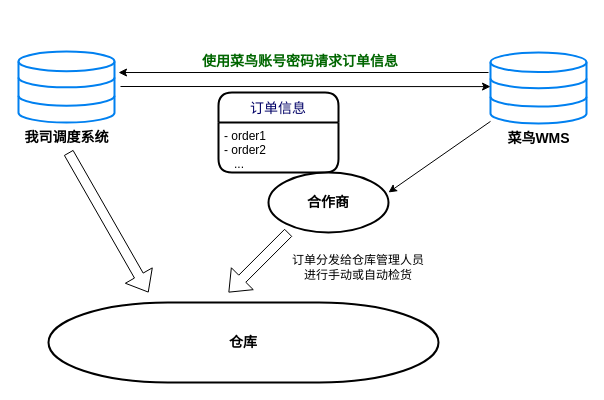
Earlier version of the draw.io diagram 未命名绘图.drawio (zx69/front-end-articles). Source tidied: cells renumbered, new cells numbered last; positions are measured from the earlier drawing's top-left corner, leaving out a move shared by most shapes. Both pictures are drawn from the tidied source at 100%, with x=0, y=0 at pixel (18, 46).
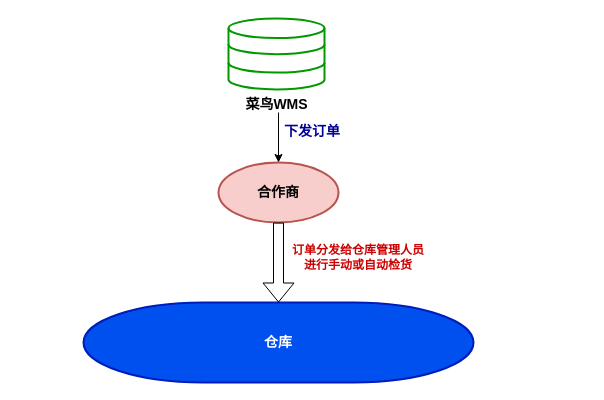
Above is the later version.

What changed in the source:
```diff
@@
 <mxGraphModel>
   <root>
     <mxCell id="0" />
     <mxCell id="1" parent="0" />
-    <mxCell id="2" value="&lt;font style=&quot;font-size: 14px;&quot;&gt;我司调度系统&lt;/font&gt;" style="html=1;verticalLabelPosition=bottom;align=center;labelBackgroundColor=#ffffff;verticalAlign=top;strokeWidth=2;strokeColor=#0080F0;shadow=0;dashed=0;shape=mxgraph.ios7.icons.data;fontStyle=1;" parent="1" vertex="1">
-      <mxGeometry y="5.1" width="96" height="70.9" as="geometry" />
-    </mxCell>
-    <mxCell id="3" value="订单信息" style="swimlane;horizontal=1;startSize=30;rounded=1;fontSize=14;fontStyle=0;strokeWidth=2;shadow=0;dashed=0;align=center;fontColor=#000066;" parent="1" vertex="1">
-      <mxGeometry x="200" y="46" width="120" height="80" as="geometry" />
-    </mxCell>
-    <mxCell id="4" value="- order1&#10;- order2&#10;   ..." style="align=left;strokeColor=none;fillColor=none;spacingLeft=4;fontSize=12;verticalAlign=top;" parent="3" vertex="1">
-      <mxGeometry y="30" width="120" height="50" as="geometry" />
-    </mxCell>
-    <mxCell id="5" value="&lt;b&gt;&lt;font style=&quot;font-size: 14px;&quot;&gt;合作商&lt;/font&gt;&lt;/b&gt;" style="strokeWidth=2;html=1;shape=mxgraph.flowchart.start_1;whiteSpace=wrap;" parent="1" vertex="1">
-      <mxGeometry x="250" y="126" width="120" height="60" as="geometry" />
+    <mxCell id="5" value="&lt;b&gt;&lt;font style=&quot;font-size: 14px;&quot;&gt;合作商&lt;/font&gt;&lt;/b&gt;" style="strokeWidth=2;html=1;shape=mxgraph.flowchart.start_1;whiteSpace=wrap;fillColor=#f8cecc;strokeColor=#b85450;" parent="1" vertex="1">
+      <mxGeometry x="200" y="116" width="120" height="60" as="geometry" />
     </mxCell>
-    <mxCell id="6" value="&lt;b&gt;&lt;font style=&quot;font-size: 14px;&quot;&gt;仓库&lt;/font&gt;&lt;/b&gt;" style="strokeWidth=2;html=1;shape=mxgraph.flowchart.terminator;whiteSpace=wrap;" parent="1" vertex="1">
-      <mxGeometry x="30" y="256" width="390" height="80" as="geometry" />
+    <mxCell id="6" value="&lt;b&gt;&lt;font style=&quot;font-size: 14px;&quot;&gt;仓库&lt;/font&gt;&lt;/b&gt;" style="strokeWidth=2;html=1;shape=mxgraph.flowchart.terminator;whiteSpace=wrap;fillColor=#0050ef;fontColor=#ffffff;strokeColor=#001DBC;" parent="1" vertex="1">
+      <mxGeometry x="65" y="256" width="390" height="80" as="geometry" />
     </mxCell>
-    <mxCell id="7" style="endArrow=classic;html=1;rounded=0;entryX=1.042;entryY=0.295;entryDx=0;entryDy=0;entryPerimeter=0;" parent="1" edge="1" target="2">
-      <mxGeometry relative="1" as="geometry">
-        <mxPoint x="470" y="26" as="sourcePoint" />
-      </mxGeometry>
-    </mxCell>
-    <mxCell id="8" value="&lt;b&gt;&lt;font style=&quot;font-size: 14px;&quot;&gt;菜鸟WMS&lt;/font&gt;&lt;/b&gt;" style="html=1;verticalLabelPosition=bottom;align=center;labelBackgroundColor=#ffffff;verticalAlign=top;strokeWidth=2;strokeColor=#0080F0;shadow=0;dashed=0;shape=mxgraph.ios7.icons.data;" parent="1" vertex="1">
-      <mxGeometry x="472" y="6" width="96" height="70.9" as="geometry" />
+    <mxCell id="8" value="&lt;b&gt;&lt;font style=&quot;font-size: 14px;&quot;&gt;菜鸟WMS&lt;/font&gt;&lt;/b&gt;" style="html=1;verticalLabelPosition=bottom;align=center;labelBackgroundColor=#ffffff;verticalAlign=top;strokeWidth=2;strokeColor=#009900;shadow=0;dashed=0;shape=mxgraph.ios7.icons.data;" parent="1" vertex="1">
+      <mxGeometry x="210" y="-28" width="96" height="70.9" as="geometry" />
     </mxCell>
-    <mxCell id="9" style="endArrow=classic;html=1;rounded=0;entryX=1.042;entryY=0.295;entryDx=0;entryDy=0;entryPerimeter=0;" parent="1" edge="1">
-      <mxGeometry relative="1" as="geometry">
-        <mxPoint x="102" y="40" as="sourcePoint" />
-        <mxPoint x="472" y="40.1" as="targetPoint" />
-      </mxGeometry>
-    </mxCell>
-    <mxCell id="10" style="endArrow=classic;html=1;rounded=0;entryX=1;entryY=0.333;entryDx=0;entryDy=0;entryPerimeter=0;" parent="1" edge="1" source="8" target="5">
-      <mxGeometry relative="1" as="geometry" />
-    </mxCell>
-    <mxCell id="11" style="shape=flexArrow;endArrow=classic;html=1;rounded=0;" parent="1" edge="1">
-      <mxGeometry relative="1" as="geometry">
-        <mxPoint x="270" y="186" as="sourcePoint" />
-        <mxPoint x="210" y="246" as="targetPoint" />
-      </mxGeometry>
-    </mxCell>
-    <mxCell id="12" value="订单分发给仓库管理人员进行手动或自动检货" style="text;html=1;strokeColor=none;fillColor=none;align=center;verticalAlign=middle;whiteSpace=wrap;rounded=0;" parent="1" vertex="1">
-      <mxGeometry x="270" y="206" width="140" height="30" as="geometry" />
+    <mxCell id="12" value="订单分发给仓库管理人员进行手动或自动检货" style="text;html=1;strokeColor=none;fillColor=none;align=center;verticalAlign=middle;whiteSpace=wrap;rounded=0;fontColor=#CC0000;fontStyle=1;" parent="1" vertex="1">
+      <mxGeometry x="270" y="196" width="140" height="30" as="geometry" />
     </mxCell>
-    <mxCell id="13" style="shape=flexArrow;endArrow=classic;html=1;rounded=0;" parent="1" edge="1">
-      <mxGeometry relative="1" as="geometry">
-        <mxPoint x="50" y="106" as="sourcePoint" />
-        <mxPoint x="130" y="246" as="targetPoint" />
-      </mxGeometry>
-    </mxCell>
-    <mxCell id="14" value="使用菜鸟账号密码请求订单信息" style="text;html=1;strokeColor=none;fillColor=none;align=center;verticalAlign=middle;whiteSpace=wrap;rounded=0;fontSize=14;fontColor=#006600;fontStyle=1;" parent="1" vertex="1">
-      <mxGeometry x="157" width="250" height="30" as="geometry" />
-    </mxCell>
+    <mxCell id="15" style="shape=flexArrow;endArrow=classic;html=1;rounded=0;fontSize=14;fontColor=#000066;entryX=0.5;entryY=0;entryDx=0;entryDy=0;entryPerimeter=0;exitX=0.5;exitY=1;exitDx=0;exitDy=0;exitPerimeter=0;" parent="1" edge="1" source="5" target="6">
+      <mxGeometry relative="1" as="geometry" />
+    </mxCell>
+    <mxCell id="16" style="endArrow=classic;html=1;rounded=0;fontSize=14;fontColor=#CC0000;" parent="1" edge="1" target="5">
+      <mxGeometry relative="1" as="geometry">
+        <mxPoint x="260" y="66" as="sourcePoint" />
+      </mxGeometry>
+    </mxCell>
+    <mxCell id="17" value="下发订单" style="text;html=1;strokeColor=none;fillColor=none;align=center;verticalAlign=middle;whiteSpace=wrap;rounded=0;fontSize=14;fontColor=#000099;fontStyle=1;" parent="1" vertex="1">
+      <mxGeometry x="264" y="70" width="60" height="30" as="geometry" />
+    </mxCell>
   </root>
 </mxGraphModel>
```
